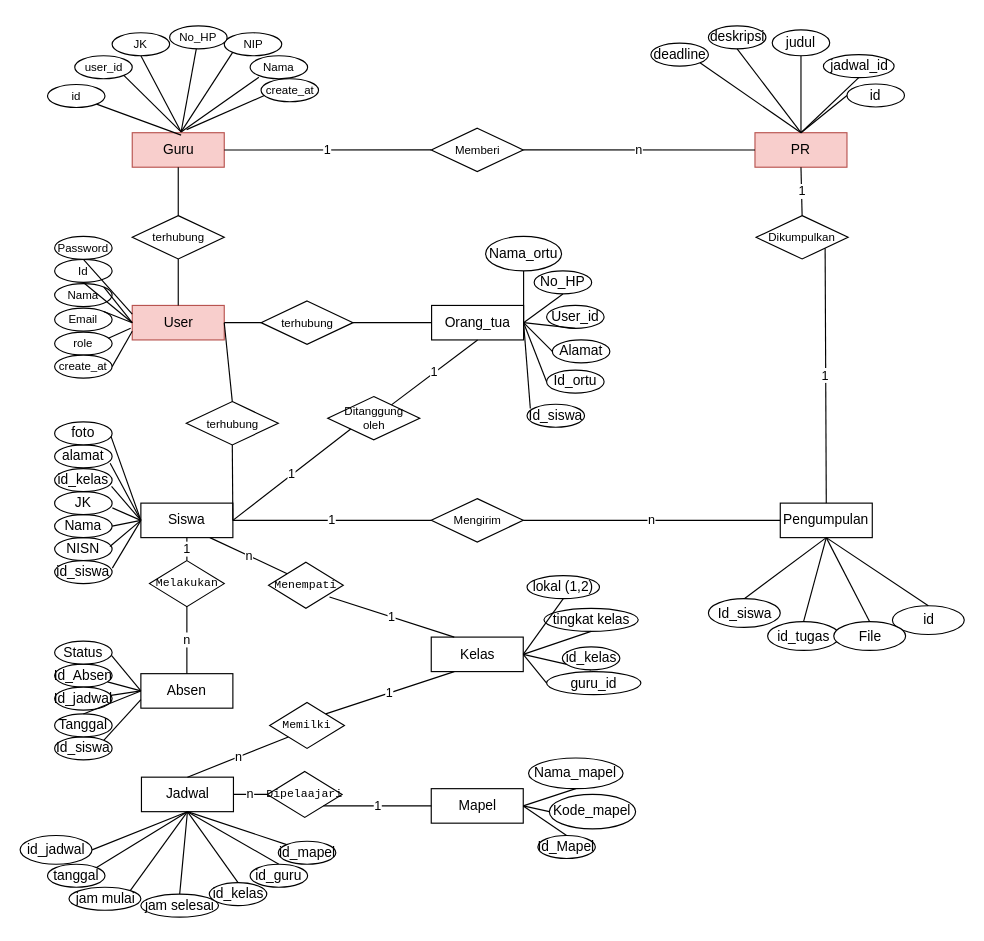
Above: page "Halaman-4" (3 of 4) of Diagram Tanpa Judul.drawio in bayudani/diagram (draw.io), before the change. Source tidied: cells renumbered, new cells numbered last; positions are measured from the earlier drawing's top-left corner, leaving out a move shared by most shapes. Both pictures are drawn from the tidied source at 115%, with x=0, y=0 at pixel (20, 25).
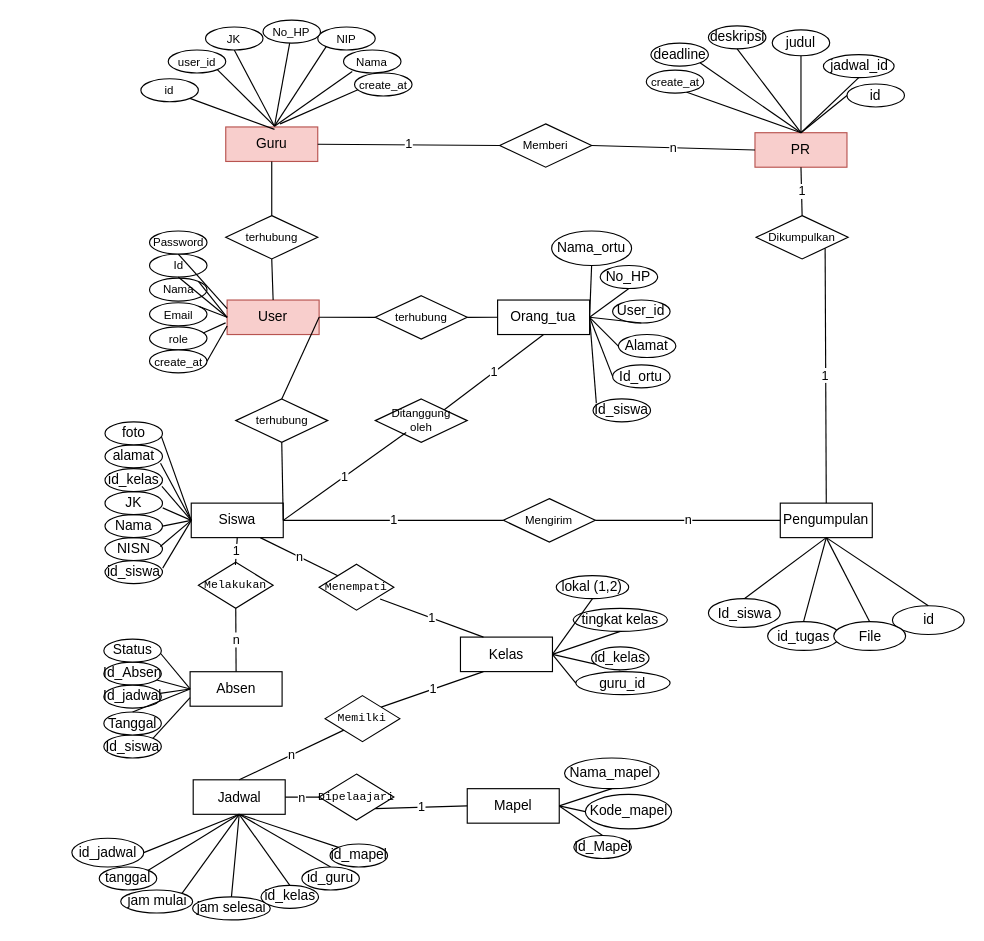
The same page after the edit.

Unchanged cells that the change refers to:
```xml
<mxCell id="88" value="PR" style="rounded=0;whiteSpace=wrap;html=1;fillColor=#f8cecc;strokeColor=#b85450;" parent="1" vertex="1">
  <mxGeometry x="639" y="92.9" width="80" height="30" as="geometry" />
</mxCell>
```

The edit, as a diff of the source:
```diff
@@
     <mxCell id="2" value="Siswa" style="rounded=0;whiteSpace=wrap;html=1;" parent="1" vertex="1">
-      <mxGeometry x="105" y="415" width="80" height="30" as="geometry" />
+      <mxGeometry x="148.8" y="415" width="80" height="30" as="geometry" />
     </mxCell>
     <mxCell id="3" value="Guru" style="rounded=0;whiteSpace=wrap;html=1;fillColor=#f8cecc;strokeColor=#b85450;" parent="1" vertex="1">
-      <mxGeometry x="97.5" y="92.9" width="80" height="30" as="geometry" />
+      <mxGeometry x="178.8" y="87.9" width="80" height="30" as="geometry" />
     </mxCell>
     <mxCell id="4" value="Jadwal" style="rounded=0;whiteSpace=wrap;html=1;" parent="1" vertex="1">
-      <mxGeometry x="105.5" y="653.3" width="80" height="30" as="geometry" />
+      <mxGeometry x="150.5" y="655.6" width="80" height="30" as="geometry" />
     </mxCell>
     <mxCell id="5" value="Mapel" style="rounded=0;whiteSpace=wrap;html=1;" parent="1" vertex="1">
-      <mxGeometry x="357.5" y="663.3" width="80" height="30" as="geometry" />
+      <mxGeometry x="388.8" y="663.3" width="80" height="30" as="geometry" />
     </mxCell>
     <mxCell id="6" value="Absen" style="rounded=0;whiteSpace=wrap;html=1;" parent="1" vertex="1">
-      <mxGeometry x="105" y="563.3" width="80" height="30" as="geometry" />
+      <mxGeometry x="147.8" y="561.6" width="80" height="30" as="geometry" />
     </mxCell>
     <mxCell id="7" value="NIP" style="ellipse;whiteSpace=wrap;html=1;fontSize=10;" parent="1" vertex="1">
-      <mxGeometry x="177.5" y="6" width="50" height="20" as="geometry" />
+      <mxGeometry x="258.8" y="1" width="50" height="20" as="geometry" />
     </mxCell>
     <mxCell id="8" value="NISN" style="ellipse;whiteSpace=wrap;html=1;" parent="1" vertex="1">
-      <mxGeometry x="30" y="445" width="50" height="20" as="geometry" />
+      <mxGeometry x="73.8" y="445" width="50" height="20" as="geometry" />
     </mxCell>
     <mxCell id="9" value="Nama" style="ellipse;whiteSpace=wrap;html=1;fontSize=10;" parent="1" vertex="1">
-      <mxGeometry x="200" y="26" width="50" height="20" as="geometry" />
+      <mxGeometry x="281.2" y="21" width="50" height="20" as="geometry" />
     </mxCell>
     <mxCell id="10" value="Nama" style="ellipse;whiteSpace=wrap;html=1;" parent="1" vertex="1">
-      <mxGeometry x="30" y="425" width="50" height="20" as="geometry" />
+      <mxGeometry x="73.8" y="425" width="50" height="20" as="geometry" />
     </mxCell>
     <mxCell id="11" value="No_HP" style="ellipse;whiteSpace=wrap;html=1;fontSize=10;" parent="1" vertex="1">
-      <mxGeometry x="130" width="50" height="20" as="geometry" />
+      <mxGeometry x="211.2" y="-5" width="50" height="20" as="geometry" />
     </mxCell>
     <mxCell id="12" value="JK" style="ellipse;whiteSpace=wrap;html=1;" parent="1" vertex="1">
-      <mxGeometry x="30" y="405" width="50" height="20" as="geometry" />
+      <mxGeometry x="73.8" y="405" width="50" height="20" as="geometry" />
     </mxCell>
     <mxCell id="13" value="JK" style="ellipse;whiteSpace=wrap;html=1;fontSize=10;" parent="1" vertex="1">
-      <mxGeometry x="80" y="6" width="50" height="20" as="geometry" />
+      <mxGeometry x="161.2" y="1" width="50" height="20" as="geometry" />
     </mxCell>
     <mxCell id="14" value="id_siswa" style="ellipse;whiteSpace=wrap;html=1;" parent="1" vertex="1">
-      <mxGeometry x="30" y="465" width="50" height="20" as="geometry" />
+      <mxGeometry x="73.8" y="465" width="50" height="20" as="geometry" />
     </mxCell>
     <mxCell id="15" value="id_kelas" style="ellipse;whiteSpace=wrap;html=1;" parent="1" vertex="1">
-      <mxGeometry x="30" y="385" width="50" height="20" as="geometry" />
+      <mxGeometry x="73.8" y="385" width="50" height="20" as="geometry" />
     </mxCell>
     <mxCell id="16" value="user_id" style="ellipse;whiteSpace=wrap;html=1;fontSize=10;" parent="1" vertex="1">
-      <mxGeometry x="47.5" y="26" width="50" height="20" as="geometry" />
+      <mxGeometry x="128.8" y="21" width="50" height="20" as="geometry" />
     </mxCell>
     <mxCell id="17" style="endArrow=none;html=1;rounded=0;exitX=0.5;exitY=0;exitDx=0;exitDy=0;entryX=0.152;entryY=0.934;entryDx=0;entryDy=0;entryPerimeter=0;" parent="1" edge="1" target="9">
       <mxGeometry relative="1" as="geometry">
-        <mxPoint x="140" y="92.2" as="sourcePoint" />
+        <mxPoint x="221.2" y="87.2" as="sourcePoint" />
       </mxGeometry>
     </mxCell>
     <mxCell id="18" style="endArrow=none;html=1;rounded=0;exitX=0.5;exitY=0;exitDx=0;exitDy=0;entryX=0;entryY=1;entryDx=0;entryDy=0;" parent="1" edge="1" target="7">
       <mxGeometry relative="1" as="geometry">
-        <mxPoint x="140" y="92.2" as="sourcePoint" />
+        <mxPoint x="221.2" y="87.2" as="sourcePoint" />
       </mxGeometry>
     </mxCell>
     <mxCell id="19" style="endArrow=none;html=1;rounded=0;exitX=0.5;exitY=0;exitDx=0;exitDy=0;" parent="1" edge="1" target="11">
       <mxGeometry relative="1" as="geometry">
-        <mxPoint x="140" y="92.2" as="sourcePoint" />
+        <mxPoint x="221.2" y="87.2" as="sourcePoint" />
       </mxGeometry>
     </mxCell>
     <mxCell id="20" style="endArrow=none;html=1;rounded=0;entryX=0.5;entryY=1;entryDx=0;entryDy=0;exitX=0.5;exitY=0;exitDx=0;exitDy=0;" parent="1" edge="1" target="13">
       <mxGeometry relative="1" as="geometry">
-        <mxPoint x="140" y="92.2" as="sourcePoint" />
+        <mxPoint x="221.2" y="87.2" as="sourcePoint" />
       </mxGeometry>
     </mxCell>
     <mxCell id="21" style="endArrow=none;html=1;rounded=0;entryX=1;entryY=1;entryDx=0;entryDy=0;exitX=0.5;exitY=0;exitDx=0;exitDy=0;" parent="1" edge="1" target="16">
       <mxGeometry relative="1" as="geometry">
-        <mxPoint x="140" y="92.2" as="sourcePoint" />
+        <mxPoint x="221.2" y="87.2" as="sourcePoint" />
       </mxGeometry>
     </mxCell>
     <mxCell id="22" value="alamat" style="ellipse;whiteSpace=wrap;html=1;" parent="1" vertex="1">
-      <mxGeometry x="30" y="364.4" width="50" height="20" as="geometry" />
+      <mxGeometry x="73.8" y="364.4" width="50" height="20" as="geometry" />
     </mxCell>
     <mxCell id="23" value="foto" style="ellipse;whiteSpace=wrap;html=1;" parent="1" vertex="1">
-      <mxGeometry x="30" y="344.4" width="50" height="20" as="geometry" />
+      <mxGeometry x="73.8" y="344.4" width="50" height="20" as="geometry" />
     </mxCell>
@@
     <mxCell id="31" value="Id_Mapel" style="ellipse;whiteSpace=wrap;html=1;" parent="1" vertex="1">
-      <mxGeometry x="450.2" y="704" width="50" height="20" as="geometry" />
+      <mxGeometry x="481.5" y="704" width="50" height="20" as="geometry" />
     </mxCell>
     <mxCell id="32" value="Nama_mapel" style="ellipse;whiteSpace=wrap;html=1;" parent="1" vertex="1">
-      <mxGeometry x="442.1" y="636.6" width="82.2" height="26.7" as="geometry" />
+      <mxGeometry x="473.4" y="636.6" width="82.2" height="26.7" as="geometry" />
     </mxCell>
     <mxCell id="33" value="Kode_mapel" style="ellipse;whiteSpace=wrap;html=1;" parent="1" vertex="1">
-      <mxGeometry x="460.2" y="668.3" width="75" height="30" as="geometry" />
+      <mxGeometry x="491.5" y="668.3" width="75" height="30" as="geometry" />
     </mxCell>
@@
     <mxCell id="37" value="Id_Absen" style="ellipse;whiteSpace=wrap;html=1;" parent="1" vertex="1">
-      <mxGeometry x="30" y="555" width="50" height="20" as="geometry" />
+      <mxGeometry x="72.8" y="553.3" width="50" height="20" as="geometry" />
     </mxCell>
     <mxCell id="38" value="Id_siswa" style="ellipse;whiteSpace=wrap;html=1;" parent="1" vertex="1">
-      <mxGeometry x="30" y="618.3" width="50" height="20" as="geometry" />
+      <mxGeometry x="72.8" y="616.6" width="50" height="20" as="geometry" />
     </mxCell>
     <mxCell id="39" value="Id_jadwal" style="ellipse;whiteSpace=wrap;html=1;" parent="1" vertex="1">
-      <mxGeometry x="30" y="575" width="50" height="20" as="geometry" />
+      <mxGeometry x="72.8" y="573.3" width="50" height="20" as="geometry" />
     </mxCell>
     <mxCell id="40" value="Tanggal" style="ellipse;whiteSpace=wrap;html=1;" parent="1" vertex="1">
-      <mxGeometry x="30" y="598.3" width="50" height="20" as="geometry" />
+      <mxGeometry x="72.8" y="596.6" width="50" height="20" as="geometry" />
     </mxCell>
     <mxCell id="41" value="Status" style="ellipse;whiteSpace=wrap;html=1;" parent="1" vertex="1">
-      <mxGeometry x="30" y="535" width="50" height="20" as="geometry" />
+      <mxGeometry x="72.8" y="533.3" width="50" height="20" as="geometry" />
     </mxCell>
@@
     <mxCell id="47" value="id_jadwal" style="ellipse;whiteSpace=wrap;html=1;" parent="1" vertex="1">
-      <mxGeometry y="704" width="62.5" height="25" as="geometry" />
+      <mxGeometry x="45" y="706.4" width="62.5" height="25" as="geometry" />
     </mxCell>
     <mxCell id="48" value="jam selesai" style="ellipse;whiteSpace=wrap;html=1;" parent="1" vertex="1">
-      <mxGeometry x="105" y="755" width="67.5" height="20" as="geometry" />
+      <mxGeometry x="150" y="757.4" width="67.5" height="20" as="geometry" />
     </mxCell>
     <mxCell id="49" value="tanggal" style="ellipse;whiteSpace=wrap;html=1;" parent="1" vertex="1">
-      <mxGeometry x="23.8" y="729" width="50" height="20" as="geometry" />
+      <mxGeometry x="68.8" y="731.4" width="50" height="20" as="geometry" />
     </mxCell>
     <mxCell id="50" value="jam mulai" style="ellipse;whiteSpace=wrap;html=1;" parent="1" vertex="1">
-      <mxGeometry x="42.5" y="749" width="62.5" height="20" as="geometry" />
+      <mxGeometry x="87.5" y="751.4" width="62.5" height="20" as="geometry" />
     </mxCell>
     <mxCell id="51" value="id_kelas" style="ellipse;whiteSpace=wrap;html=1;" parent="1" vertex="1">
-      <mxGeometry x="164.5" y="745" width="50" height="20" as="geometry" />
+      <mxGeometry x="209.5" y="747.4" width="50" height="20" as="geometry" />
     </mxCell>
@@
     <mxCell id="58" value="id_mapel" style="ellipse;whiteSpace=wrap;html=1;" parent="1" vertex="1">
-      <mxGeometry x="224.5" y="709" width="50" height="20" as="geometry" />
+      <mxGeometry x="269.5" y="711.4" width="50" height="20" as="geometry" />
     </mxCell>
     <mxCell id="59" value="id_guru" style="ellipse;whiteSpace=wrap;html=1;" parent="1" vertex="1">
-      <mxGeometry x="200" y="729" width="50" height="20" as="geometry" />
+      <mxGeometry x="245" y="731.4" width="50" height="20" as="geometry" />
     </mxCell>
@@
     <mxCell id="62" value="Kelas" style="rounded=0;whiteSpace=wrap;html=1;" parent="1" vertex="1">
-      <mxGeometry x="357.5" y="531.5" width="80" height="30" as="geometry" />
+      <mxGeometry x="382.9" y="531.5" width="80" height="30" as="geometry" />
     </mxCell>
     <mxCell id="63" value="tingkat kelas" style="ellipse;whiteSpace=wrap;html=1;" parent="1" vertex="1">
-      <mxGeometry x="455.5" y="506.5" width="82" height="20" as="geometry" />
+      <mxGeometry x="480.9" y="506.5" width="82" height="20" as="geometry" />
     </mxCell>
     <mxCell id="64" value="lokal (1,2)" style="ellipse;whiteSpace=wrap;html=1;" parent="1" vertex="1">
-      <mxGeometry x="440.8" y="478.1" width="63" height="20" as="geometry" />
+      <mxGeometry x="466.2" y="478.1" width="63" height="20" as="geometry" />
     </mxCell>
@@
     <mxCell id="68" value="id_kelas" style="ellipse;whiteSpace=wrap;html=1;" parent="1" vertex="1">
-      <mxGeometry x="471.5" y="540" width="50" height="20" as="geometry" />
+      <mxGeometry x="496.9" y="540" width="50" height="20" as="geometry" />
     </mxCell>
     <mxCell id="69" value="guru_id" style="ellipse;whiteSpace=wrap;html=1;" parent="1" vertex="1">
-      <mxGeometry x="457.8" y="561.5" width="82" height="20" as="geometry" />
+      <mxGeometry x="483.2" y="561.5" width="82" height="20" as="geometry" />
     </mxCell>
@@
     <mxCell id="71" value="User" style="rounded=0;whiteSpace=wrap;html=1;fillColor=#f8cecc;strokeColor=#b85450;" parent="1" vertex="1">
-      <mxGeometry x="97.5" y="243.1" width="80" height="30" as="geometry" />
+      <mxGeometry x="180" y="238.4" width="80" height="30" as="geometry" />
     </mxCell>
     <mxCell id="72" value="Id" style="ellipse;whiteSpace=wrap;html=1;fontSize=10;" parent="1" vertex="1">
-      <mxGeometry x="30" y="203.1" width="50" height="20" as="geometry" />
+      <mxGeometry x="112.5" y="198.4" width="50" height="20" as="geometry" />
     </mxCell>
     <mxCell id="73" value="Nama" style="ellipse;whiteSpace=wrap;html=1;fontSize=10;" parent="1" vertex="1">
-      <mxGeometry x="30" y="224.1" width="50" height="20" as="geometry" />
+      <mxGeometry x="112.5" y="219.4" width="50" height="20" as="geometry" />
     </mxCell>
     <mxCell id="74" value="Email" style="ellipse;whiteSpace=wrap;html=1;fontSize=10;" parent="1" vertex="1">
-      <mxGeometry x="30" y="245.4" width="50" height="20" as="geometry" />
+      <mxGeometry x="112.5" y="240.8" width="50" height="20" as="geometry" />
     </mxCell>
     <mxCell id="75" value="Password" style="ellipse;whiteSpace=wrap;html=1;fontSize=10;" parent="1" vertex="1">
-      <mxGeometry x="30" y="183.1" width="50" height="20" as="geometry" />
+      <mxGeometry x="112.5" y="178.4" width="50" height="20" as="geometry" />
     </mxCell>
@@
     <mxCell id="81" value="terhubung" style="rhombus;whiteSpace=wrap;html=1;fontSize=10;" parent="1" vertex="1">
-      <mxGeometry x="97.5" y="165" width="80" height="37.7" as="geometry" />
+      <mxGeometry x="178.8" y="165" width="80" height="37.7" as="geometry" />
     </mxCell>
     <mxCell id="82" value="terhubung" style="rhombus;whiteSpace=wrap;html=1;fontSize=10;" parent="1" vertex="1">
-      <mxGeometry x="144.5" y="326.7" width="80" height="37.7" as="geometry" />
+      <mxGeometry x="187.5" y="324.4" width="80" height="37.7" as="geometry" />
     </mxCell>
     <mxCell id="83" value="Ditanggung&lt;div&gt;oleh&lt;/div&gt;" style="rhombus;whiteSpace=wrap;html=1;fontSize=10;" parent="1" vertex="1">
-      <mxGeometry x="267.5" y="322.3" width="80" height="37.7" as="geometry" />
+      <mxGeometry x="308.8" y="324.4" width="80" height="37.7" as="geometry" />
     </mxCell>
-    <mxCell id="84" value="1" style="endArrow=none;html=1;rounded=0;entryX=0;entryY=1;entryDx=0;entryDy=0;exitX=1;exitY=0.5;exitDx=0;exitDy=0;" parent="1" edge="1" source="2" target="83">
+    <mxCell id="84" value="1" style="endArrow=none;html=1;rounded=0;entryX=0.336;entryY=0.774;entryDx=0;entryDy=0;exitX=1;exitY=0.5;exitDx=0;exitDy=0;entryPerimeter=0;" parent="1" edge="1" source="2" target="83">
       <mxGeometry relative="1" as="geometry" />
     </mxCell>
     <mxCell id="85" value="&lt;p&gt;&lt;code&gt;Melakukan&lt;/code&gt;&lt;/p&gt;" style="rhombus;whiteSpace=wrap;html=1;fontSize=10;" parent="1" vertex="1">
-      <mxGeometry x="112.5" y="465" width="65" height="40" as="geometry" />
+      <mxGeometry x="155" y="466.4" width="65" height="40" as="geometry" />
     </mxCell>
@@
-    <mxCell id="87" value="1" style="endArrow=none;html=1;rounded=0;entryX=0.5;entryY=0;entryDx=0;entryDy=0;exitX=0.5;exitY=1;exitDx=0;exitDy=0;" parent="1" edge="1" source="2" target="85">
+    <mxCell id="87" value="1" style="endArrow=none;html=1;rounded=0;entryX=0.496;entryY=0.062;entryDx=0;entryDy=0;exitX=0.5;exitY=1;exitDx=0;exitDy=0;entryPerimeter=0;" parent="1" edge="1" source="2" target="85">
       <mxGeometry relative="1" as="geometry" />
     </mxCell>
@@
     <mxCell id="100" value="Memberi" style="rhombus;whiteSpace=wrap;html=1;fontSize=10;" parent="1" vertex="1">
-      <mxGeometry x="357.5" y="89" width="80" height="37.7" as="geometry" />
+      <mxGeometry x="417" y="85.2" width="80" height="37.7" as="geometry" />
     </mxCell>
@@
     <mxCell id="113" value="Mengirim" style="rhombus;whiteSpace=wrap;html=1;fontSize=10;" parent="1" vertex="1">
-      <mxGeometry x="357.5" y="411.1" width="80" height="37.7" as="geometry" />
+      <mxGeometry x="420.2" y="411.1" width="80" height="37.7" as="geometry" />
     </mxCell>
@@
     <mxCell id="116" value="&lt;p&gt;&lt;code&gt;Menempati&lt;/code&gt;&lt;/p&gt;" style="rhombus;whiteSpace=wrap;html=1;fontSize=10;" parent="1" vertex="1">
-      <mxGeometry x="216" y="466.4" width="65" height="40" as="geometry" />
+      <mxGeometry x="260" y="468.1" width="65" height="40" as="geometry" />
     </mxCell>
@@
     <mxCell id="119" value="&lt;p&gt;&lt;code&gt;Memilki&lt;/code&gt;&lt;/p&gt;" style="rhombus;whiteSpace=wrap;html=1;fontSize=10;" parent="1" vertex="1">
-      <mxGeometry x="217" y="588.3" width="65" height="40" as="geometry" />
+      <mxGeometry x="265.2" y="582.4" width="65" height="40" as="geometry" />
     </mxCell>
@@
     <mxCell id="122" value="&lt;p&gt;&lt;code&gt;Dipelaajari&lt;/code&gt;&lt;/p&gt;" style="rhombus;whiteSpace=wrap;html=1;fontSize=10;" parent="1" vertex="1">
-      <mxGeometry x="215" y="648.3" width="65" height="40" as="geometry" />
+      <mxGeometry x="260" y="650.6" width="65" height="40" as="geometry" />
     </mxCell>
@@
     <mxCell id="125" value="Orang_tua" style="rounded=0;whiteSpace=wrap;html=1;" parent="1" vertex="1">
-      <mxGeometry x="357.8" y="243.1" width="80" height="30" as="geometry" />
+      <mxGeometry x="415.2" y="238.4" width="80" height="30" as="geometry" />
     </mxCell>
     <mxCell id="126" value="Id_ortu" style="ellipse;whiteSpace=wrap;html=1;" parent="1" vertex="1">
-      <mxGeometry x="457.8" y="299.4" width="50" height="20" as="geometry" />
+      <mxGeometry x="515.2" y="294.8" width="50" height="20" as="geometry" />
     </mxCell>
     <mxCell id="127" value="User_id" style="ellipse;whiteSpace=wrap;html=1;" parent="1" vertex="1">
-      <mxGeometry x="457.8" y="243.1" width="50" height="20" as="geometry" />
+      <mxGeometry x="515.2" y="238.4" width="50" height="20" as="geometry" />
     </mxCell>
     <mxCell id="128" value="Nama_ortu" style="ellipse;whiteSpace=wrap;html=1;" parent="1" vertex="1">
-      <mxGeometry x="404.8" y="183.1" width="66" height="30" as="geometry" />
+      <mxGeometry x="462.2" y="178.4" width="69.5" height="30" as="geometry" />
     </mxCell>
     <mxCell id="129" value="No_HP" style="ellipse;whiteSpace=wrap;html=1;" parent="1" vertex="1">
-      <mxGeometry x="447" y="213.1" width="50" height="20" as="geometry" />
+      <mxGeometry x="504.4" y="208.4" width="50" height="20" as="geometry" />
     </mxCell>
     <mxCell id="130" value="Alamat" style="ellipse;whiteSpace=wrap;html=1;" parent="1" vertex="1">
-      <mxGeometry x="462.8" y="273.1" width="50" height="20" as="geometry" />
+      <mxGeometry x="520.2" y="268.4" width="50" height="20" as="geometry" />
     </mxCell>
@@
     <mxCell id="136" value="Id_siswa" style="ellipse;whiteSpace=wrap;html=1;" parent="1" vertex="1">
-      <mxGeometry x="440.8" y="329" width="50" height="20" as="geometry" />
+      <mxGeometry x="498.2" y="324.4" width="50" height="20" as="geometry" />
     </mxCell>
@@
     <mxCell id="138" value="terhubung" style="rhombus;whiteSpace=wrap;html=1;fontSize=10;" parent="1" vertex="1">
-      <mxGeometry x="209.5" y="239.2" width="80" height="37.7" as="geometry" />
+      <mxGeometry x="308.8" y="234.6" width="80" height="37.7" as="geometry" />
     </mxCell>
@@
-    <mxCell id="141" value="1" style="endArrow=none;html=1;rounded=0;exitX=0.5;exitY=1;exitDx=0;exitDy=0;" parent="1" edge="1" source="125" target="83">
+    <mxCell id="141" value="1" style="endArrow=none;html=1;rounded=0;exitX=0.5;exitY=1;exitDx=0;exitDy=0;entryX=1;entryY=0;entryDx=0;entryDy=0;" parent="1" edge="1" source="125" target="83">
       <mxGeometry relative="1" as="geometry" />
     </mxCell>
@@
     <mxCell id="146" value="role" style="ellipse;whiteSpace=wrap;html=1;fontSize=10;" parent="1" vertex="1">
-      <mxGeometry x="30" y="266.3" width="50" height="20" as="geometry" />
+      <mxGeometry x="112.5" y="261.7" width="50" height="20" as="geometry" />
     </mxCell>
@@
     <mxCell id="148" value="create_at" style="ellipse;whiteSpace=wrap;html=1;fontSize=10;" parent="1" vertex="1">
-      <mxGeometry x="30" y="286.3" width="50" height="20" as="geometry" />
+      <mxGeometry x="112.5" y="281.7" width="50" height="20" as="geometry" />
     </mxCell>
@@
     <mxCell id="150" value="id" style="ellipse;whiteSpace=wrap;html=1;fontSize=10;" parent="1" vertex="1">
-      <mxGeometry x="23.8" y="51" width="50" height="20" as="geometry" />
+      <mxGeometry x="105" y="46" width="50" height="20" as="geometry" />
     </mxCell>
     <mxCell id="151" style="endArrow=none;html=1;rounded=0;entryX=1;entryY=1;entryDx=0;entryDy=0;" parent="1" edge="1" target="150">
       <mxGeometry relative="1" as="geometry">
-        <mxPoint x="140" y="95" as="sourcePoint" />
+        <mxPoint x="221.2" y="90" as="sourcePoint" />
       </mxGeometry>
     </mxCell>
     <mxCell id="152" value="create_at" style="ellipse;whiteSpace=wrap;html=1;fontSize=10;" parent="1" vertex="1">
-      <mxGeometry x="209.5" y="46" width="50" height="20" as="geometry" />
+      <mxGeometry x="290.8" y="41" width="50" height="20" as="geometry" />
     </mxCell>
@@
+    <mxCell id="154" style="endArrow=none;html=1;rounded=0;entryX=0.693;entryY=0.947;entryDx=0;entryDy=0;entryPerimeter=0;exitX=0.5;exitY=0;exitDx=0;exitDy=0;" parent="1" edge="1" source="88" target="155">
+      <mxGeometry relative="1" as="geometry" />
+    </mxCell>
+    <mxCell id="155" value="create_at" style="ellipse;whiteSpace=wrap;html=1;fontSize=10;" parent="1" vertex="1">
+      <mxGeometry x="544.5" y="38.5" width="50" height="20" as="geometry" />
+    </mxCell>
```
